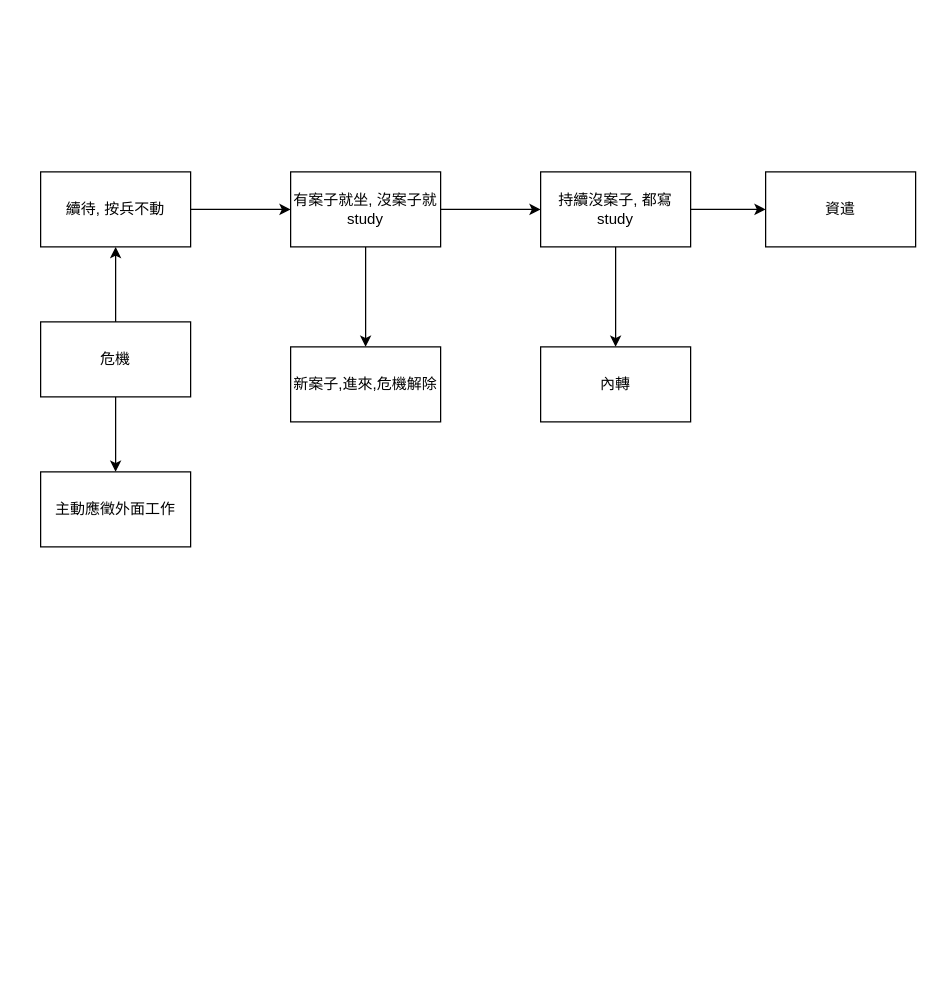
Before: 公司危機.drawio in TerryChan726/draw_io, a draw.io diagram. Source tidied: cells renumbered, new cells numbered last; positions are measured from the earlier drawing's top-left corner, leaving out a move shared by most shapes. Both pictures are drawn from the tidied source at 125%, with x=0, y=0 at pixel (40, 171).
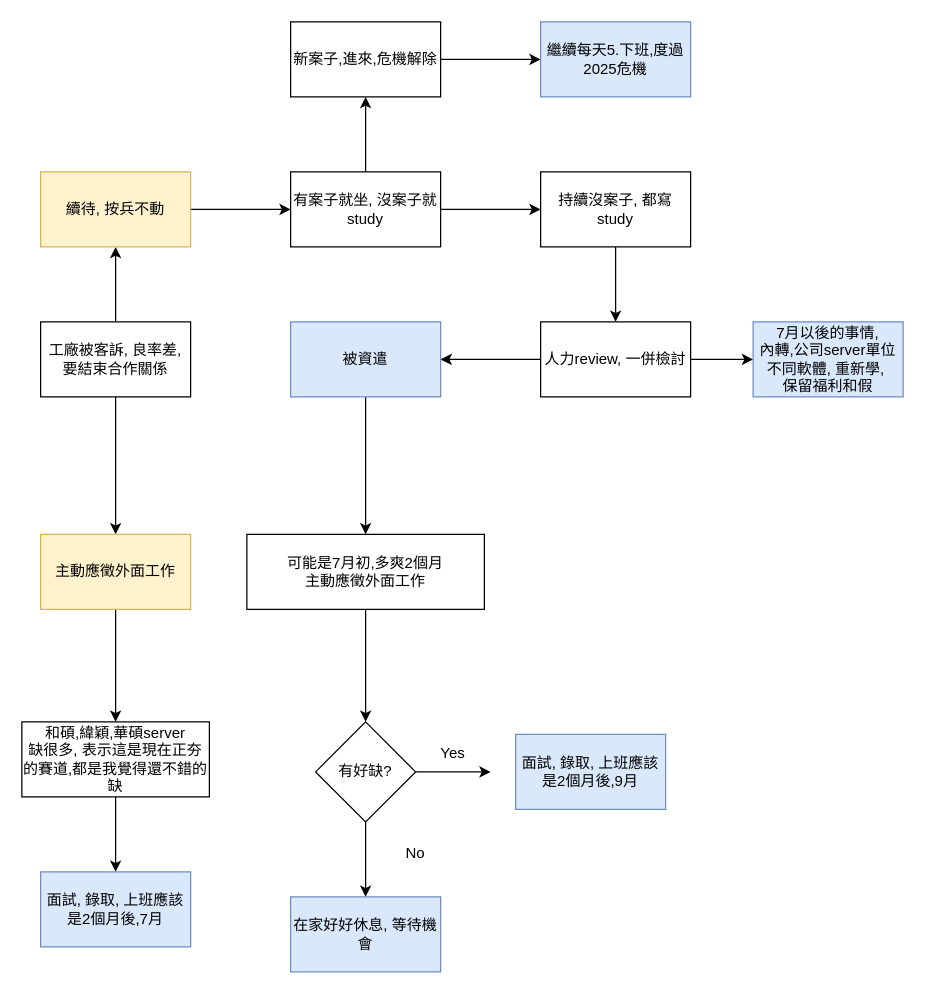
Above is the later version.

Commit message:
更新公司危機.drawio

Unchanged cells that the change refers to:
```xml
<mxCell id="13" value="持續沒案子, 都寫study" style="whiteSpace=wrap;html=1;rounded=0;" parent="1" vertex="1">
  <mxGeometry x="400" width="120" height="60" as="geometry" />
</mxCell>
```

Change to the diagram source:
```diff
@@
-    <mxCell id="4" value="危機" style="rounded=0;whiteSpace=wrap;html=1;" parent="1" vertex="1">
+    <mxCell id="4" value="工廠被客訴, 良率差, 要結束合作關係" style="rounded=0;whiteSpace=wrap;html=1;" parent="1" vertex="1">
       <mxGeometry y="120" width="120" height="60" as="geometry" />
     </mxCell>
@@
-    <mxCell id="6" value="續待, 按兵不動" style="rounded=0;whiteSpace=wrap;html=1;" parent="1" vertex="1">
+    <mxCell id="6" value="續待, 按兵不動" style="rounded=0;whiteSpace=wrap;html=1;fillColor=#fff2cc;strokeColor=#d6b656;" parent="1" vertex="1">
       <mxGeometry width="120" height="60" as="geometry" />
     </mxCell>
+    <mxCell id="17" style="edgeStyle=orthogonalEdgeStyle;rounded=0;jettySize=auto;html=1;" parent="1" edge="1" source="7" target="27">
+      <mxGeometry relative="1" as="geometry" />
+    </mxCell>
-    <mxCell id="7" value="主動應徵外面工作" style="rounded=0;whiteSpace=wrap;html=1;" parent="1" vertex="1">
-      <mxGeometry y="240" width="120" height="60" as="geometry" />
+    <mxCell id="7" value="主動應徵外面工作" style="rounded=0;whiteSpace=wrap;html=1;fillColor=#fff2cc;strokeColor=#d6b656;" parent="1" vertex="1">
+      <mxGeometry y="290" width="120" height="60" as="geometry" />
     </mxCell>
@@
-    <mxCell id="12" style="edgeStyle=orthogonalEdgeStyle;rounded=0;jettySize=auto;html=1;" parent="1" edge="1" source="13" target="15">
-      <mxGeometry relative="1" as="geometry" />
-    </mxCell>
@@
+    <mxCell id="18" style="edgeStyle=orthogonalEdgeStyle;rounded=0;jettySize=auto;html=1;" parent="1" edge="1" source="14" target="22">
+      <mxGeometry relative="1" as="geometry" />
+    </mxCell>
+    <mxCell id="19" style="edgeStyle=orthogonalEdgeStyle;rounded=0;jettySize=auto;html=1;exitX=1;exitY=0.5;exitDx=0;exitDy=0;entryX=0;entryY=0.5;entryDx=0;entryDy=0;" parent="1" edge="1" source="14" target="15">
+      <mxGeometry relative="1" as="geometry" />
+    </mxCell>
-    <mxCell id="14" value="內轉" style="whiteSpace=wrap;html=1;rounded=0;" parent="1" vertex="1">
-      <mxGeometry x="400" y="140" width="120" height="60" as="geometry" />
+    <mxCell id="14" value="人力review, 一併檢討" style="whiteSpace=wrap;html=1;rounded=0;" parent="1" vertex="1">
+      <mxGeometry x="400" y="120" width="120" height="60" as="geometry" />
     </mxCell>
-    <mxCell id="15" value="資遣" style="whiteSpace=wrap;html=1;rounded=0;" parent="1" vertex="1">
-      <mxGeometry x="580" width="120" height="60" as="geometry" />
+    <mxCell id="15" value="7月以後的事情,&lt;div&gt;內轉,公司server單位&lt;div&gt;不同軟體, 重新學,&amp;nbsp;&lt;/div&gt;&lt;div&gt;保留福利和假&lt;/div&gt;&lt;/div&gt;" style="whiteSpace=wrap;html=1;rounded=0;fillColor=#dae8fc;strokeColor=#6c8ebf;" parent="1" vertex="1">
+      <mxGeometry x="570" y="120" width="120" height="60" as="geometry" />
     </mxCell>
+    <mxCell id="20" style="edgeStyle=orthogonalEdgeStyle;rounded=0;jettySize=auto;html=1;" parent="1" edge="1" source="16" target="23">
+      <mxGeometry relative="1" as="geometry" />
+    </mxCell>
     <mxCell id="16" value="新案子,進來,危機解除" style="whiteSpace=wrap;html=1;rounded=0;" parent="1" vertex="1">
-      <mxGeometry x="200" y="140" width="120" height="60" as="geometry" />
+      <mxGeometry x="200" y="-120" width="120" height="60" as="geometry" />
     </mxCell>
+    <mxCell id="21" style="edgeStyle=orthogonalEdgeStyle;rounded=0;jettySize=auto;html=1;" parent="1" edge="1" source="22" target="25">
+      <mxGeometry relative="1" as="geometry" />
+    </mxCell>
+    <mxCell id="22" value="被資遣" style="whiteSpace=wrap;html=1;rounded=0;fillColor=#dae8fc;strokeColor=#6c8ebf;" parent="1" vertex="1">
+      <mxGeometry x="200" y="120" width="120" height="60" as="geometry" />
+    </mxCell>
+    <mxCell id="23" value="繼續每天5.下班,度過2025危機" style="whiteSpace=wrap;html=1;rounded=0;fillColor=#dae8fc;strokeColor=#6c8ebf;" parent="1" vertex="1">
+      <mxGeometry x="400" y="-120" width="120" height="60" as="geometry" />
+    </mxCell>
+    <mxCell id="24" style="edgeStyle=orthogonalEdgeStyle;rounded=0;jettySize=auto;html=1;" parent="1" edge="1" source="25">
+      <mxGeometry relative="1" as="geometry">
+        <mxPoint x="260" y="440" as="targetPoint" />
+      </mxGeometry>
+    </mxCell>
+    <mxCell id="25" value="&lt;div&gt;可能是7月初,多爽2個月&lt;/div&gt;主動應徵外面工作" style="rounded=0;whiteSpace=wrap;html=1;" parent="1" vertex="1">
+      <mxGeometry x="165" y="290" width="190" height="60" as="geometry" />
+    </mxCell>
+    <mxCell id="26" style="edgeStyle=orthogonalEdgeStyle;rounded=0;jettySize=auto;html=1;exitX=0.5;exitY=1;exitDx=0;exitDy=0;" parent="1" edge="1" source="27" target="35">
+      <mxGeometry relative="1" as="geometry" />
+    </mxCell>
+    <mxCell id="27" value="和碩,緯穎,華碩server&lt;div&gt;缺很多, 表示這是現在正夯的賽道,都是我覺得還不錯的缺&lt;/div&gt;" style="whiteSpace=wrap;html=1;rounded=0;" parent="1" vertex="1">
+      <mxGeometry x="-15" y="440" width="150" height="60" as="geometry" />
+    </mxCell>
+    <mxCell id="28" value="在家好好休息, 等待機會" style="whiteSpace=wrap;html=1;rounded=0;fillColor=#dae8fc;strokeColor=#6c8ebf;" parent="1" vertex="1">
+      <mxGeometry x="200" y="580" width="120" height="60" as="geometry" />
+    </mxCell>
+    <mxCell id="29" style="edgeStyle=orthogonalEdgeStyle;rounded=0;jettySize=auto;html=1;exitX=0.5;exitY=1;exitDx=0;exitDy=0;entryX=0.5;entryY=0;entryDx=0;entryDy=0;" parent="1" edge="1" source="31" target="28">
+      <mxGeometry relative="1" as="geometry" />
+    </mxCell>
+    <mxCell id="30" style="edgeStyle=orthogonalEdgeStyle;rounded=0;jettySize=auto;html=1;" parent="1" edge="1" source="31">
+      <mxGeometry relative="1" as="geometry">
+        <mxPoint x="360" y="480" as="targetPoint" />
+      </mxGeometry>
+    </mxCell>
+    <mxCell id="31" value="有好缺?" style="rhombus;whiteSpace=wrap;html=1;" parent="1" vertex="1">
+      <mxGeometry x="220" y="440" width="80" height="80" as="geometry" />
+    </mxCell>
+    <mxCell id="32" value="No" style="text;html=1;align=center;verticalAlign=middle;whiteSpace=wrap;rounded=0;" parent="1" vertex="1">
+      <mxGeometry x="270" y="530" width="60" height="30" as="geometry" />
+    </mxCell>
+    <mxCell id="33" value="Yes" style="text;html=1;align=center;verticalAlign=middle;whiteSpace=wrap;rounded=0;" parent="1" vertex="1">
+      <mxGeometry x="300" y="450" width="60" height="30" as="geometry" />
+    </mxCell>
+    <mxCell id="34" value="面試, 錄取, 上班應該是2個月後,9月" style="rounded=0;whiteSpace=wrap;html=1;fillColor=#dae8fc;strokeColor=#6c8ebf;" parent="1" vertex="1">
+      <mxGeometry x="380" y="450" width="120" height="60" as="geometry" />
+    </mxCell>
+    <mxCell id="35" value="面試, 錄取, 上班應該是2個月後,7月" style="rounded=0;whiteSpace=wrap;html=1;fillColor=#dae8fc;strokeColor=#6c8ebf;" parent="1" vertex="1">
+      <mxGeometry y="560" width="120" height="60" as="geometry" />
+    </mxCell>
```
